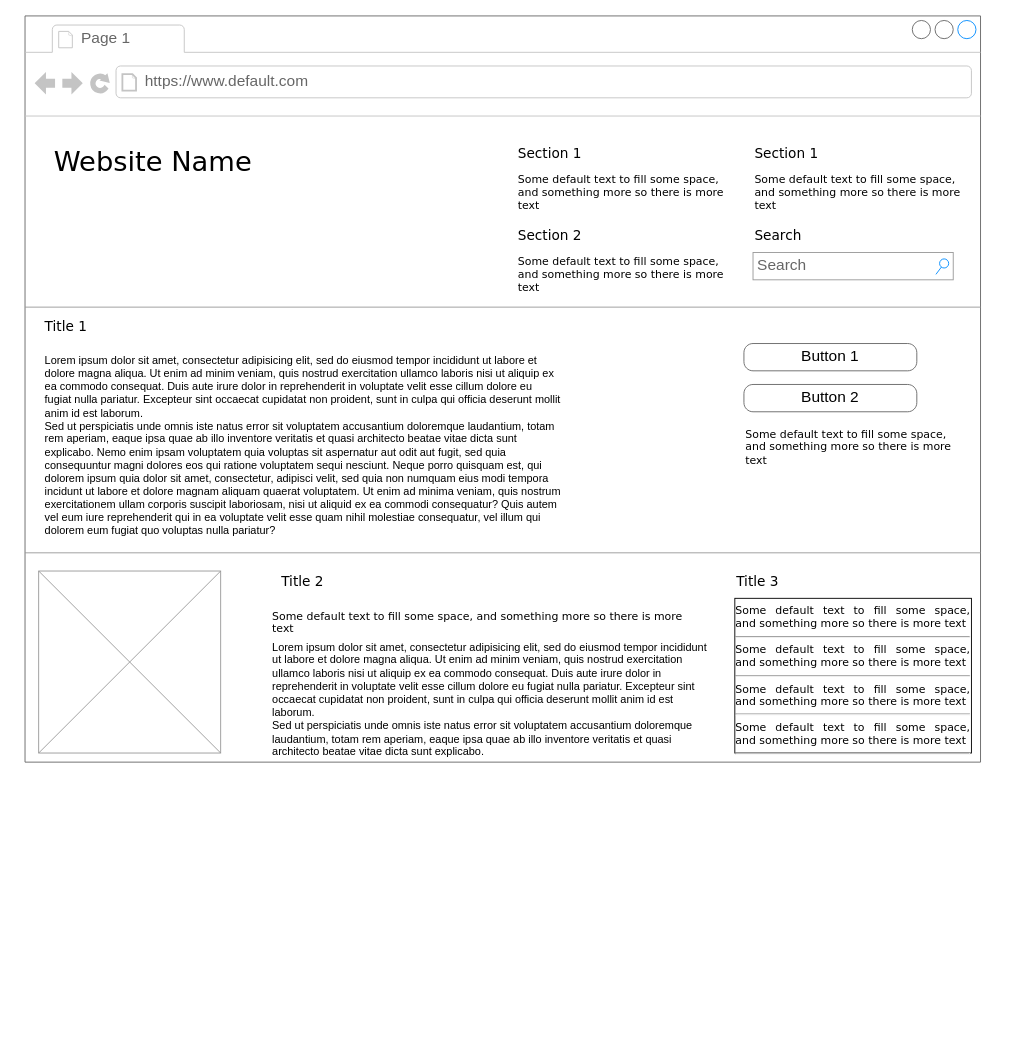
The draw.io diagram cosmere/images/homepagewireframe.drawio in dcwatts007/wdd130, before the edit. Source tidied: cells renumbered, new cells numbered last; positions are measured from the earlier drawing's top-left corner, leaving out a move shared by most shapes. Both pictures are drawn from the tidied source at 91%, with x=0, y=0 at pixel (25, 15).
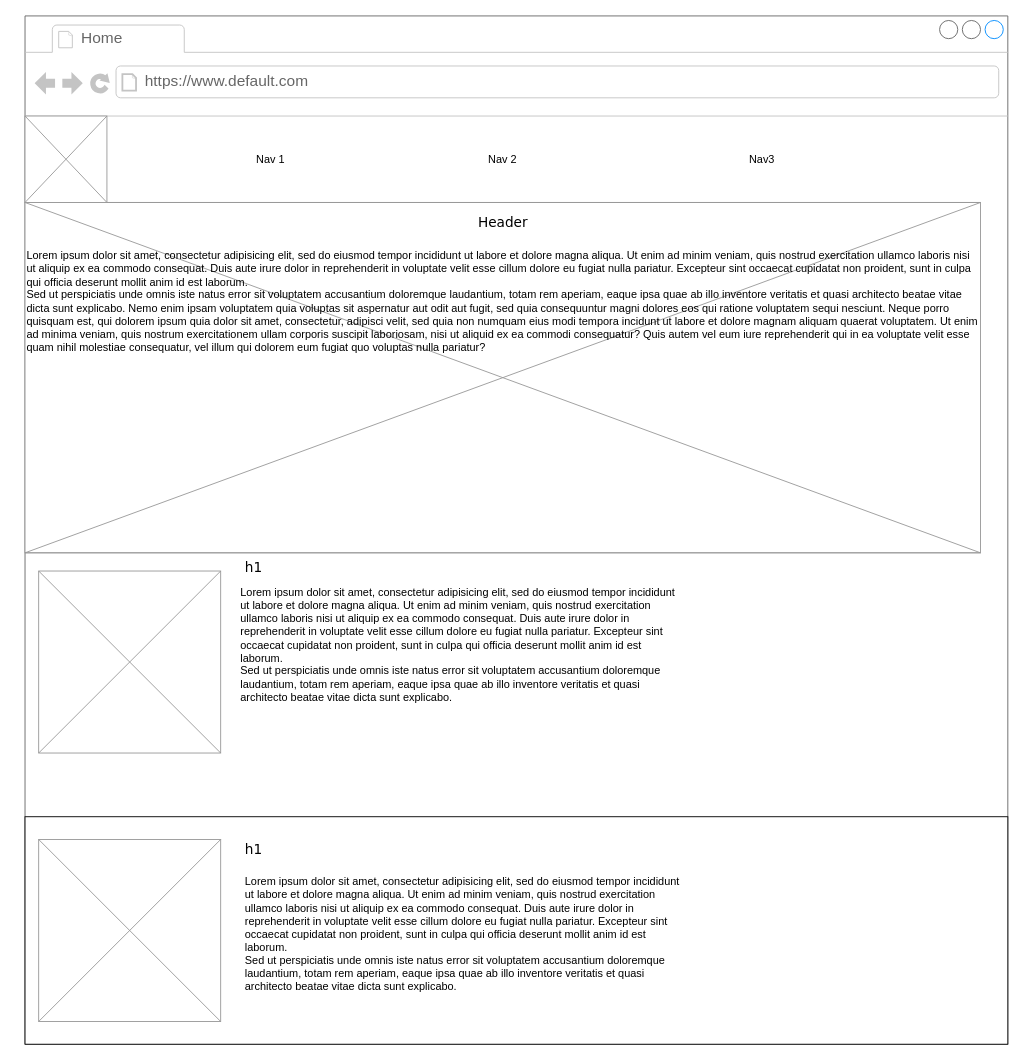
The same diagram, later.

Diff of the diagram source:
```diff
@@
     <mxCell id="2" style="strokeWidth=1;shadow=0;dashed=0;align=center;html=1;shape=mxgraph.mockup.containers.browserWindow;rSize=0;strokeColor=#666666;mainText=,;rounded=0;labelBackgroundColor=none;fontFamily=Verdana;fontSize=12;" parent="1" vertex="1">
-      <mxGeometry width="1050" height="820" as="geometry" />
+      <mxGeometry width="1080" height="1130" as="geometry" />
     </mxCell>
+    <mxCell id="27" style="verticalLabelPosition=bottom;shadow=0;dashed=0;align=center;html=1;verticalAlign=top;strokeWidth=1;shape=mxgraph.mockup.graphics.simpleIcon;strokeColor=#999999;fillColor=#ffffff;rounded=0;labelBackgroundColor=none;fontFamily=Verdana;fontSize=12;fontColor=#000000;" parent="2" vertex="1">
+      <mxGeometry y="205" width="1050" height="385" as="geometry" />
+    </mxCell>
-    <mxCell id="3" value="Page 1" style="strokeWidth=1;shadow=0;dashed=0;align=center;html=1;shape=mxgraph.mockup.containers.anchor;fontSize=17;fontColor=#666666;align=left;" parent="2" vertex="1">
+    <mxCell id="3" value="Home" style="strokeWidth=1;shadow=0;dashed=0;align=center;html=1;shape=mxgraph.mockup.containers.anchor;fontSize=17;fontColor=#666666;align=left;" parent="2" vertex="1">
       <mxGeometry x="60" y="12" width="110" height="26" as="geometry" />
     </mxCell>
@@
-    <mxCell id="5" value="Website Name" style="text;html=1;align=left;verticalAlign=top;spacingTop=-4;fontSize=30;fontFamily=Verdana;" parent="2" vertex="1">
-      <mxGeometry x="30" y="140" width="340" height="50" as="geometry" />
-    </mxCell>
-    <mxCell id="6" value="Section 1" style="text;html=1;align=left;verticalAlign=top;spacingTop=-4;fontSize=15;fontFamily=Verdana;" parent="2" vertex="1">
-      <mxGeometry x="540" y="140" width="170" height="30" as="geometry" />
-    </mxCell>
-    <mxCell id="7" value="Some default text to fill some space, and&amp;nbsp;&lt;span&gt;something more so there is more text&lt;/span&gt;" style="text;html=1;align=left;verticalAlign=top;spacingTop=-4;fontSize=12;fontFamily=Verdana;whiteSpace=wrap;" parent="2" vertex="1">
-      <mxGeometry x="540" y="170" width="240" height="40" as="geometry" />
-    </mxCell>
-    <mxCell id="8" value="Section 2" style="text;html=1;align=left;verticalAlign=top;spacingTop=-4;fontSize=15;fontFamily=Verdana;" parent="2" vertex="1">
-      <mxGeometry x="540" y="230" width="170" height="30" as="geometry" />
-    </mxCell>
-    <mxCell id="9" value="Some default text to fill some space, and&amp;nbsp;&lt;span&gt;something more so there is more text&lt;/span&gt;" style="text;html=1;align=left;verticalAlign=top;spacingTop=-4;fontSize=12;fontFamily=Verdana;whiteSpace=wrap;" parent="2" vertex="1">
-      <mxGeometry x="540" y="260" width="240" height="40" as="geometry" />
-    </mxCell>
-    <mxCell id="10" value="Section 1" style="text;html=1;align=left;verticalAlign=top;spacingTop=-4;fontSize=15;fontFamily=Verdana;" parent="2" vertex="1">
-      <mxGeometry x="800" y="140" width="170" height="30" as="geometry" />
-    </mxCell>
-    <mxCell id="11" value="Some default text to fill some space, and&amp;nbsp;&lt;span&gt;something more so there is more text&lt;/span&gt;" style="text;html=1;align=left;verticalAlign=top;spacingTop=-4;fontSize=12;fontFamily=Verdana;whiteSpace=wrap;" parent="2" vertex="1">
-      <mxGeometry x="800" y="170" width="240" height="40" as="geometry" />
-    </mxCell>
-    <mxCell id="12" value="Search" style="text;html=1;align=left;verticalAlign=top;spacingTop=-4;fontSize=15;fontFamily=Verdana;" parent="2" vertex="1">
-      <mxGeometry x="800" y="230" width="170" height="30" as="geometry" />
-    </mxCell>
-    <mxCell id="13" value="Search" style="strokeWidth=1;shadow=0;dashed=0;align=center;html=1;shape=mxgraph.mockup.forms.searchBox;strokeColor=#999999;mainText=;strokeColor2=#008cff;fontColor=#666666;fontSize=17;align=left;spacingLeft=3;rounded=0;labelBackgroundColor=none;" parent="2" vertex="1">
-      <mxGeometry x="800" y="260" width="220" height="30" as="geometry" />
-    </mxCell>
     <mxCell id="14" style="verticalLabelPosition=bottom;shadow=0;dashed=0;align=center;html=1;verticalAlign=top;strokeWidth=1;shape=mxgraph.mockup.markup.line;strokeColor=#999999;rounded=0;labelBackgroundColor=none;fillColor=#ffffff;fontFamily=Verdana;fontSize=12;fontColor=#000000;" parent="2" vertex="1">
-      <mxGeometry y="310" width="1050" height="20" as="geometry" />
+      <mxGeometry y="80" width="1050" height="250" as="geometry" />
     </mxCell>
-    <mxCell id="15" value="Title 1" style="text;html=1;align=left;verticalAlign=top;spacingTop=-4;fontSize=15;fontFamily=Verdana;" parent="2" vertex="1">
-      <mxGeometry x="20" y="330" width="170" height="30" as="geometry" />
+    <mxCell id="15" value="Header" style="text;html=1;align=center;verticalAlign=top;spacingTop=-4;fontSize=15;fontFamily=Verdana;" parent="2" vertex="1">
+      <mxGeometry x="-10" y="215" width="1070" height="30" as="geometry" />
     </mxCell>
     <mxCell id="16" value="Lorem ipsum dolor sit amet, consectetur adipisicing elit, sed do eiusmod tempor incididunt ut labore et dolore magna aliqua. Ut enim ad minim veniam, quis nostrud exercitation ullamco laboris nisi ut aliquip ex ea commodo consequat. Duis aute irure dolor in reprehenderit in voluptate velit esse cillum dolore eu fugiat nulla pariatur. Excepteur sint occaecat cupidatat non proident, sunt in culpa qui officia deserunt mollit anim id est laborum.&#10;Sed ut perspiciatis unde omnis iste natus error sit voluptatem accusantium doloremque laudantium, totam rem aperiam, eaque ipsa quae ab illo inventore veritatis et quasi architecto beatae vitae dicta sunt explicabo. Nemo enim ipsam voluptatem quia voluptas sit aspernatur aut odit aut fugit, sed quia consequuntur magni dolores eos qui ratione voluptatem sequi nesciunt. Neque porro quisquam est, qui dolorem ipsum quia dolor sit amet, consectetur, adipisci velit, sed quia non numquam eius modi tempora incidunt ut labore et dolore magnam aliquam quaerat voluptatem. Ut enim ad minima veniam, quis nostrum exercitationem ullam corporis suscipit laboriosam, nisi ut aliquid ex ea commodi consequatur? Quis autem vel eum iure reprehenderit qui in ea voluptate velit esse quam nihil molestiae consequatur, vel illum qui dolorem eum fugiat quo voluptas nulla pariatur?" style="text;spacingTop=-5;whiteSpace=wrap;html=1;align=left;fontSize=12;fontFamily=Helvetica;fillColor=none;strokeColor=none;rounded=0;shadow=1;labelBackgroundColor=none;" parent="2" vertex="1">
-      <mxGeometry x="20" y="370" width="570" height="240" as="geometry" />
+      <mxGeometry y="255" width="1050" height="325" as="geometry" />
     </mxCell>
-    <mxCell id="17" value="Button 1" style="strokeWidth=1;shadow=0;dashed=0;align=center;html=1;shape=mxgraph.mockup.buttons.button;strokeColor=#666666;mainText=;buttonStyle=round;fontSize=17;fontStyle=0;fillColor=none;whiteSpace=wrap;rounded=0;labelBackgroundColor=none;" parent="2" vertex="1">
-      <mxGeometry x="790" y="360" width="190" height="30" as="geometry" />
-    </mxCell>
-    <mxCell id="18" value="Button 2" style="strokeWidth=1;shadow=0;dashed=0;align=center;html=1;shape=mxgraph.mockup.buttons.button;strokeColor=#666666;mainText=;buttonStyle=round;fontSize=17;fontStyle=0;fillColor=none;whiteSpace=wrap;rounded=0;labelBackgroundColor=none;" parent="2" vertex="1">
-      <mxGeometry x="790" y="405" width="190" height="30" as="geometry" />
-    </mxCell>
-    <mxCell id="19" value="Some default text to fill some space, and&amp;nbsp;&lt;span&gt;something more so there is more text&lt;/span&gt;" style="text;html=1;align=left;verticalAlign=top;spacingTop=-4;fontSize=12;fontFamily=Verdana;whiteSpace=wrap;" parent="2" vertex="1">
-      <mxGeometry x="790" y="450" width="240" height="40" as="geometry" />
-    </mxCell>
@@
-    <mxCell id="22" value="Title 2" style="text;html=1;align=left;verticalAlign=top;spacingTop=-4;fontSize=15;fontFamily=Verdana;" parent="2" vertex="1">
-      <mxGeometry x="280" y="610" width="170" height="30" as="geometry" />
+    <mxCell id="22" value="h1" style="text;html=1;align=left;verticalAlign=top;spacingTop=-4;fontSize=15;fontFamily=Verdana;" parent="2" vertex="1">
+      <mxGeometry x="240" y="595" width="170" height="30" as="geometry" />
     </mxCell>
-    <mxCell id="23" value="Title 3" style="text;html=1;align=left;verticalAlign=top;spacingTop=-4;fontSize=15;fontFamily=Verdana;" parent="2" vertex="1">
-      <mxGeometry x="780" y="610" width="170" height="30" as="geometry" />
-    </mxCell>
-    <mxCell id="24" value="&lt;div style=&quot;text-align: justify&quot;&gt;&lt;span&gt;Some default text to fill some space, and&amp;nbsp;&lt;/span&gt;&lt;span&gt;something more so there is more text&lt;/span&gt;&lt;/div&gt;&lt;div style=&quot;text-align: justify&quot;&gt;&lt;hr id=&quot;null&quot; style=&quot;text-align: justify&quot;&gt;&lt;span&gt;&lt;div style=&quot;text-align: justify&quot;&gt;&lt;span&gt;Some default text to fill some space, and&amp;nbsp;&lt;/span&gt;&lt;span&gt;something more so there is more text&lt;/span&gt;&lt;/div&gt;&lt;/span&gt;&lt;/div&gt;&lt;hr id=&quot;null&quot; style=&quot;text-align: justify&quot;&gt;&lt;span&gt;&lt;div style=&quot;text-align: justify&quot;&gt;&lt;span&gt;Some default text to fill some space, and&amp;nbsp;&lt;/span&gt;&lt;span&gt;something more so there is more text&lt;/span&gt;&lt;/div&gt;&lt;/span&gt;&lt;hr id=&quot;null&quot; style=&quot;text-align: justify&quot;&gt;&lt;span&gt;&lt;div style=&quot;text-align: justify&quot;&gt;&lt;span&gt;Some default text to fill some space, and&amp;nbsp;&lt;/span&gt;&lt;span&gt;something more so there is more text&lt;/span&gt;&lt;/div&gt;&lt;/span&gt;&lt;hr id=&quot;null&quot; style=&quot;text-align: left&quot;&gt;" style="whiteSpace=wrap;html=1;rounded=0;shadow=0;labelBackgroundColor=none;strokeWidth=1;fontFamily=Verdana;fontSize=12;align=center;verticalAlign=top;" parent="2" vertex="1">
-      <mxGeometry x="780" y="640" width="260" height="170" as="geometry" />
-    </mxCell>
-    <mxCell id="25" value="Some default text to fill some space, and&amp;nbsp;&lt;span&gt;something more so there is more text&lt;/span&gt;" style="text;html=1;align=left;verticalAlign=top;spacingTop=-4;fontSize=12;fontFamily=Verdana;whiteSpace=wrap;" parent="2" vertex="1">
-      <mxGeometry x="270" y="650" width="470" height="40" as="geometry" />
-    </mxCell>
+    <mxCell id="28" style="verticalLabelPosition=bottom;shadow=0;dashed=0;align=center;html=1;verticalAlign=top;strokeWidth=1;shape=mxgraph.mockup.graphics.simpleIcon;strokeColor=#999999;fillColor=#ffffff;rounded=0;labelBackgroundColor=none;fontFamily=Verdana;fontSize=12;fontColor=#000000;" parent="2" vertex="1">
+      <mxGeometry y="110" width="90" height="95" as="geometry" />
+    </mxCell>
+    <mxCell id="29" value="Nav 1" style="text;html=1;strokeColor=none;fillColor=none;align=center;verticalAlign=middle;whiteSpace=wrap;rounded=0;" parent="2" vertex="1">
+      <mxGeometry x="240" y="143" width="60" height="30" as="geometry" />
+    </mxCell>
+    <mxCell id="30" value="Nav 2" style="text;html=1;strokeColor=none;fillColor=none;align=center;verticalAlign=middle;whiteSpace=wrap;rounded=0;" parent="2" vertex="1">
+      <mxGeometry x="495" y="142.5" width="60" height="30" as="geometry" />
+    </mxCell>
+    <mxCell id="31" value="Nav3" style="text;html=1;strokeColor=none;fillColor=none;align=center;verticalAlign=middle;whiteSpace=wrap;rounded=0;" parent="2" vertex="1">
+      <mxGeometry x="780" y="142.5" width="60" height="30" as="geometry" />
+    </mxCell>
-    <mxCell id="26" value="Lorem ipsum dolor sit amet, consectetur adipisicing elit, sed do eiusmod tempor incididunt ut labore et dolore magna aliqua. Ut enim ad minim veniam, quis nostrud exercitation ullamco laboris nisi ut aliquip ex ea commodo consequat. Duis aute irure dolor in reprehenderit in voluptate velit esse cillum dolore eu fugiat nulla pariatur. Excepteur sint occaecat cupidatat non proident, sunt in culpa qui officia deserunt mollit anim id est laborum.&lt;br&gt;Sed ut perspiciatis unde omnis iste natus error sit voluptatem accusantium doloremque laudantium, totam rem aperiam, eaque ipsa quae ab illo inventore veritatis et quasi architecto beatae vitae dicta sunt explicabo.&amp;nbsp;" style="text;spacingTop=-5;whiteSpace=wrap;html=1;align=left;fontSize=12;fontFamily=Helvetica;fillColor=none;strokeColor=none;rounded=0;shadow=1;labelBackgroundColor=none;" parent="1" vertex="1">
-      <mxGeometry x="270" y="685" width="490" height="125" as="geometry" />
+    <mxCell id="26" value="Lorem ipsum dolor sit amet, consectetur adipisicing elit, sed do eiusmod tempor incididunt ut labore et dolore magna aliqua. Ut enim ad minim veniam, quis nostrud exercitation ullamco laboris nisi ut aliquip ex ea commodo consequat. Duis aute irure dolor in reprehenderit in voluptate velit esse cillum dolore eu fugiat nulla pariatur. Excepteur sint occaecat cupidatat non proident, sunt in culpa qui officia deserunt mollit anim id est laborum.&lt;br&gt;Sed ut perspiciatis unde omnis iste natus error sit voluptatem accusantium doloremque laudantium, totam rem aperiam, eaque ipsa quae ab illo inventore veritatis et quasi architecto beatae vitae dicta sunt explicabo.&amp;nbsp;" style="text;spacingTop=-5;whiteSpace=wrap;html=1;align=left;fontSize=12;fontFamily=Helvetica;fillColor=none;strokeColor=none;rounded=0;shadow=1;labelBackgroundColor=none;" parent="2" vertex="1">
+      <mxGeometry x="235" y="625" width="490" height="125" as="geometry" />
     </mxCell>
+    <mxCell id="32" style="rounded=0;whiteSpace=wrap;html=1;" parent="2" vertex="1">
+      <mxGeometry y="880" width="1080" height="250" as="geometry" />
+    </mxCell>
+    <mxCell id="33" style="verticalLabelPosition=bottom;shadow=0;dashed=0;align=center;html=1;verticalAlign=top;strokeWidth=1;shape=mxgraph.mockup.graphics.simpleIcon;strokeColor=#999999;fillColor=#ffffff;rounded=0;labelBackgroundColor=none;fontFamily=Verdana;fontSize=12;fontColor=#000000;" parent="2" vertex="1">
+      <mxGeometry x="15" y="905" width="200" height="200" as="geometry" />
+    </mxCell>
+    <mxCell id="34" value="Lorem ipsum dolor sit amet, consectetur adipisicing elit, sed do eiusmod tempor incididunt ut labore et dolore magna aliqua. Ut enim ad minim veniam, quis nostrud exercitation ullamco laboris nisi ut aliquip ex ea commodo consequat. Duis aute irure dolor in reprehenderit in voluptate velit esse cillum dolore eu fugiat nulla pariatur. Excepteur sint occaecat cupidatat non proident, sunt in culpa qui officia deserunt mollit anim id est laborum.&lt;br&gt;Sed ut perspiciatis unde omnis iste natus error sit voluptatem accusantium doloremque laudantium, totam rem aperiam, eaque ipsa quae ab illo inventore veritatis et quasi architecto beatae vitae dicta sunt explicabo.&amp;nbsp;" style="text;spacingTop=-5;whiteSpace=wrap;html=1;align=left;fontSize=12;fontFamily=Helvetica;fillColor=none;strokeColor=none;rounded=0;shadow=1;labelBackgroundColor=none;" parent="2" vertex="1">
+      <mxGeometry x="240" y="942.5" width="490" height="125" as="geometry" />
+    </mxCell>
+    <mxCell id="35" value="h1" style="text;html=1;align=left;verticalAlign=top;spacingTop=-4;fontSize=15;fontFamily=Verdana;" parent="2" vertex="1">
+      <mxGeometry x="240" y="905" width="170" height="30" as="geometry" />
+    </mxCell>
```
